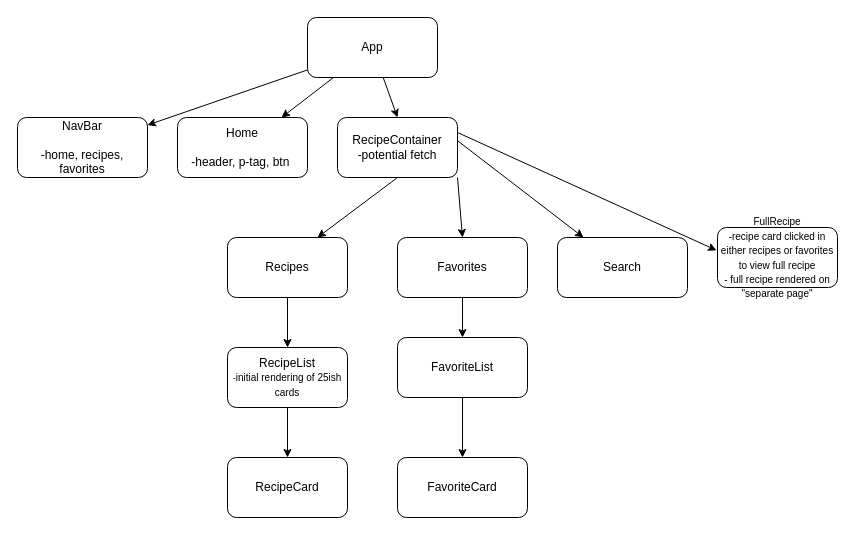
This is structure.drawio from chrisding7/recipe-finder, a draw.io file, before an edit. Source tidied: cells renumbered, new cells numbered last; positions are measured from the earlier drawing's top-left corner, leaving out a move shared by most shapes. Both pictures are drawn from the tidied source at 100%, with x=0, y=0 at pixel (17, 17).
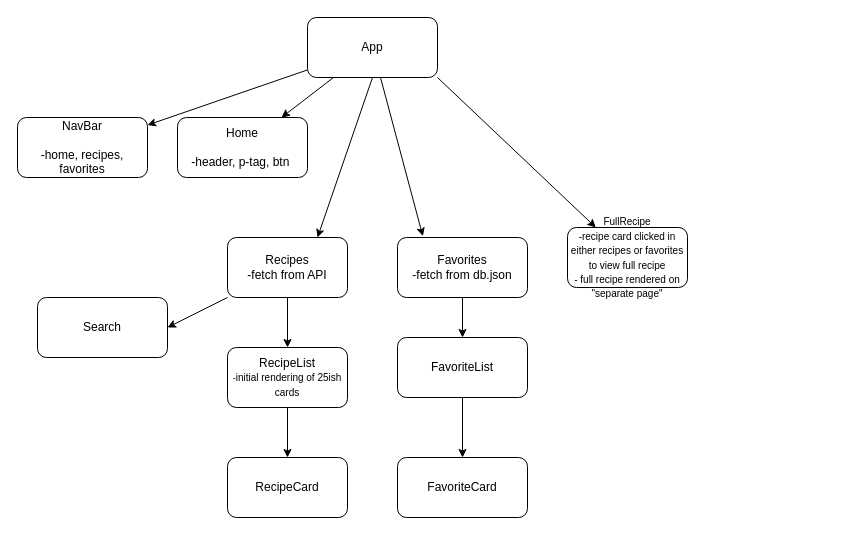
The same page after the edit.

The change refers to these unchanged cells:
```xml
<mxCell id="6" value="App" style="rounded=1;whiteSpace=wrap;html=1;" parent="1" vertex="1">
  <mxGeometry x="290" width="130" height="60" as="geometry" />
</mxCell>
```

Change to the diagram source:
```diff
@@
-    <mxCell id="4" style="edgeStyle=none;html=1;exitX=0.992;exitY=0.374;exitDx=0;exitDy=0;exitPerimeter=0;" parent="1" edge="1" source="20" target="16">
-      <mxGeometry relative="1" as="geometry" />
-    </mxCell>
-    <mxCell id="5" style="edgeStyle=none;html=1;entryX=0.5;entryY=0;entryDx=0;entryDy=0;" parent="1" edge="1" source="6" target="20">
+    <mxCell id="5" style="edgeStyle=none;html=1;entryX=0.195;entryY=-0.022;entryDx=0;entryDy=0;entryPerimeter=0;" parent="1" edge="1" source="6" target="12">
       <mxGeometry relative="1" as="geometry" />
     </mxCell>
+    <mxCell id="19" style="edgeStyle=none;html=1;exitX=1;exitY=1;exitDx=0;exitDy=0;" parent="1" edge="1" source="6" target="24">
+      <mxGeometry relative="1" as="geometry" />
+    </mxCell>
@@
+    <mxCell id="25" style="edgeStyle=none;html=1;entryX=1;entryY=0.5;entryDx=0;entryDy=0;" parent="1" edge="1" source="10" target="16">
+      <mxGeometry relative="1" as="geometry" />
+    </mxCell>
-    <mxCell id="10" value="Recipes" style="rounded=1;whiteSpace=wrap;html=1;" parent="1" vertex="1">
+    <mxCell id="10" value="Recipes&lt;br&gt;-fetch from API" style="rounded=1;whiteSpace=wrap;html=1;" parent="1" vertex="1">
       <mxGeometry x="210" y="220" width="120" height="60" as="geometry" />
     </mxCell>
@@
-    <mxCell id="12" value="Favorites" style="rounded=1;whiteSpace=wrap;html=1;" parent="1" vertex="1">
+    <mxCell id="12" value="Favorites&lt;br&gt;-fetch from db.json" style="rounded=1;whiteSpace=wrap;html=1;" parent="1" vertex="1">
       <mxGeometry x="380" y="220" width="130" height="60" as="geometry" />
     </mxCell>
@@
     <mxCell id="16" value="Search" style="rounded=1;whiteSpace=wrap;html=1;" parent="1" vertex="1">
-      <mxGeometry x="540" y="220" width="130" height="60" as="geometry" />
+      <mxGeometry x="20" y="280" width="130" height="60" as="geometry" />
     </mxCell>
-    <mxCell id="17" style="edgeStyle=none;html=1;exitX=0.5;exitY=1;exitDx=0;exitDy=0;entryX=0.75;entryY=0;entryDx=0;entryDy=0;" parent="1" edge="1" source="20" target="10">
+    <mxCell id="17" style="edgeStyle=none;html=1;exitX=0.5;exitY=1;exitDx=0;exitDy=0;entryX=0.75;entryY=0;entryDx=0;entryDy=0;" parent="1" edge="1" source="6" target="10">
       <mxGeometry relative="1" as="geometry" />
     </mxCell>
-    <mxCell id="18" style="edgeStyle=none;html=1;exitX=1;exitY=1;exitDx=0;exitDy=0;entryX=0.5;entryY=0;entryDx=0;entryDy=0;" parent="1" edge="1" source="20" target="12">
-      <mxGeometry relative="1" as="geometry" />
-    </mxCell>
-    <mxCell id="19" style="edgeStyle=none;html=1;exitX=1;exitY=0.25;exitDx=0;exitDy=0;entryX=-0.008;entryY=0.381;entryDx=0;entryDy=0;entryPerimeter=0;" parent="1" edge="1" source="20" target="24">
-      <mxGeometry relative="1" as="geometry" />
-    </mxCell>
-    <mxCell id="20" value="RecipeContainer&lt;br&gt;-potential fetch" style="rounded=1;whiteSpace=wrap;html=1;" parent="1" vertex="1">
-      <mxGeometry x="320" y="100" width="120" height="60" as="geometry" />
-    </mxCell>
@@
     <mxCell id="24" value="&lt;font style=&quot;font-size: 10px&quot;&gt;FullRecipe&lt;br&gt;&lt;font style=&quot;font-size: 10px&quot;&gt;-recipe card clicked in either recipes or favorites to view full recipe&lt;br&gt;- full recipe rendered on &quot;separate page&quot;&lt;/font&gt;&lt;/font&gt;" style="rounded=1;whiteSpace=wrap;html=1;" parent="1" vertex="1">
-      <mxGeometry x="700" y="210" width="120" height="60" as="geometry" />
+      <mxGeometry x="550" y="210" width="120" height="60" as="geometry" />
     </mxCell>
```
